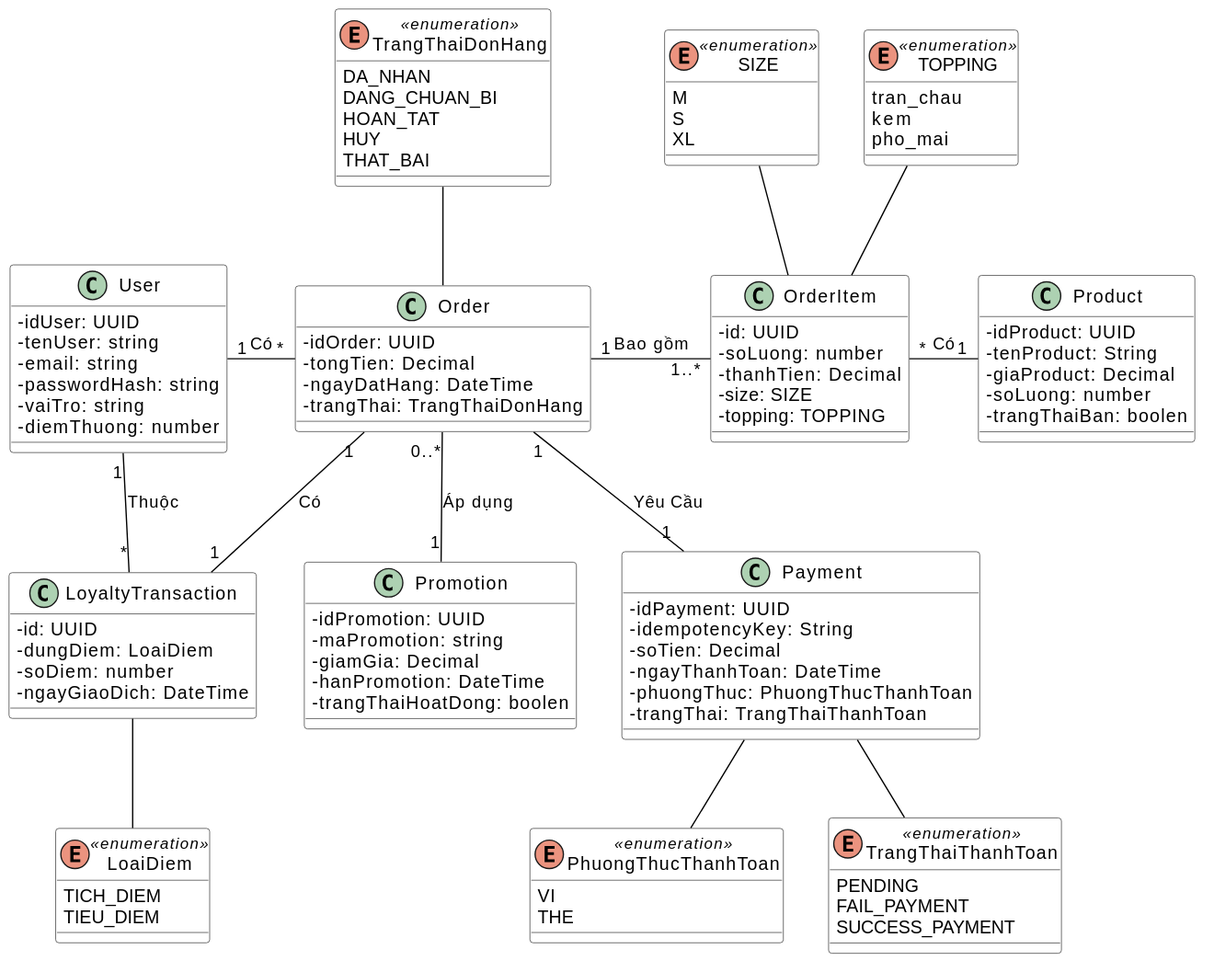
nvthuan06/brewlite keeps this PlantUML diagram as docs/diagrams/class_diagram/class-diagram.svg. Above is the earlier version.
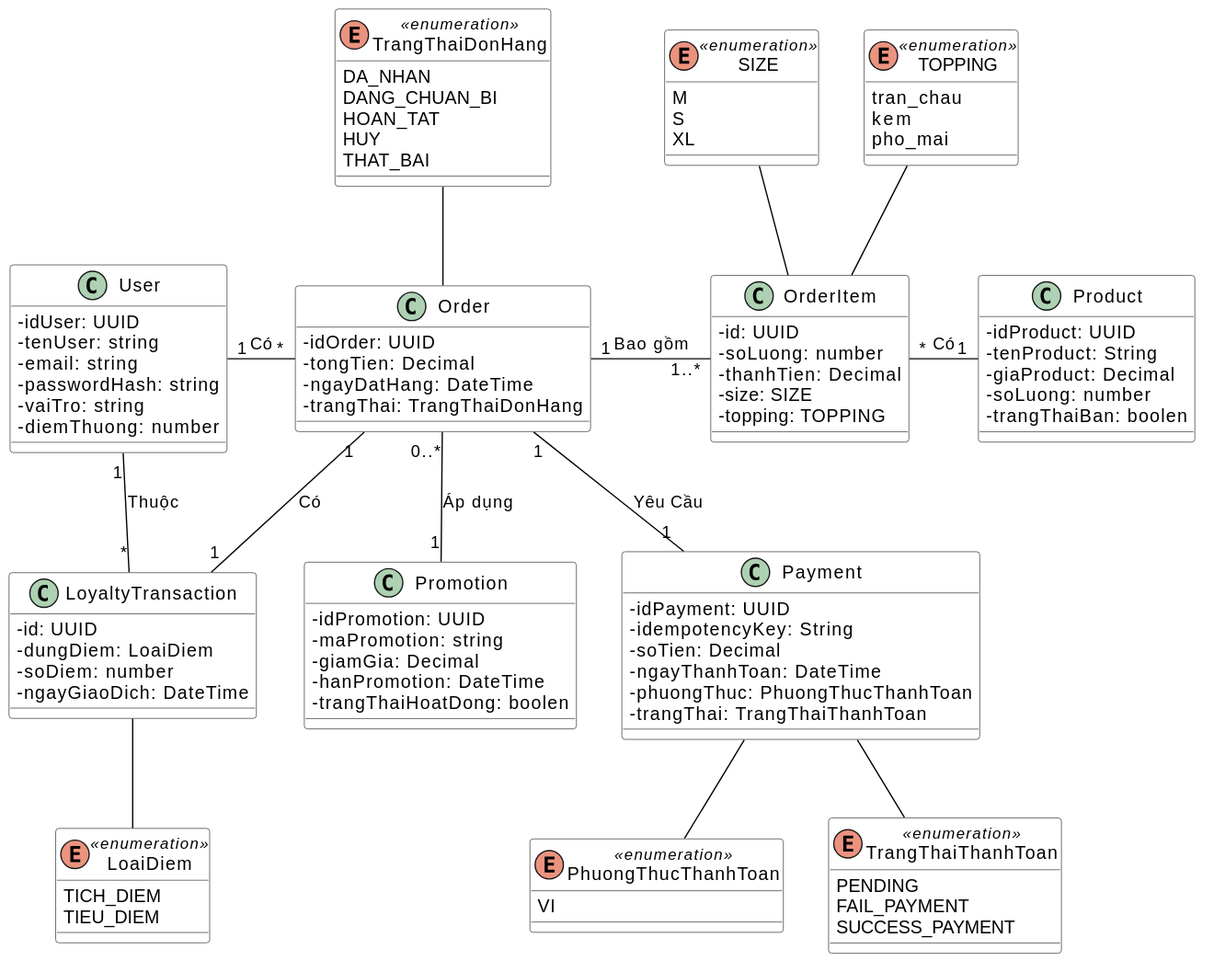
The same file after the commit.

Diff of the diagram source:
```diff
@@ -40,7 +40,6 @@
 
 enum PhuongThucThanhToan <<enumeration>> {
     VI
-    THE
 }
 
 class User {
```
